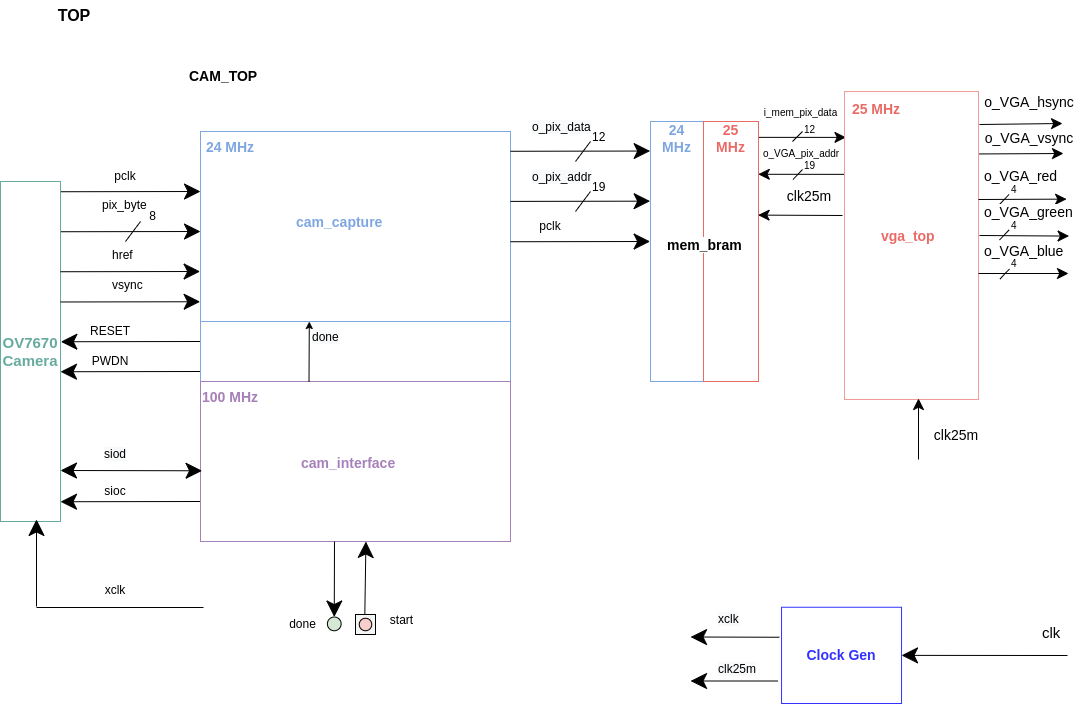
Earlier version of the draw.io export misc/OV7670_block_diagram.png (amsacks/OV7670-camera). Source tidied: cells renumbered, new cells last; positions are measured from the earlier drawing's top-left corner, leaving out a move shared by most shapes.
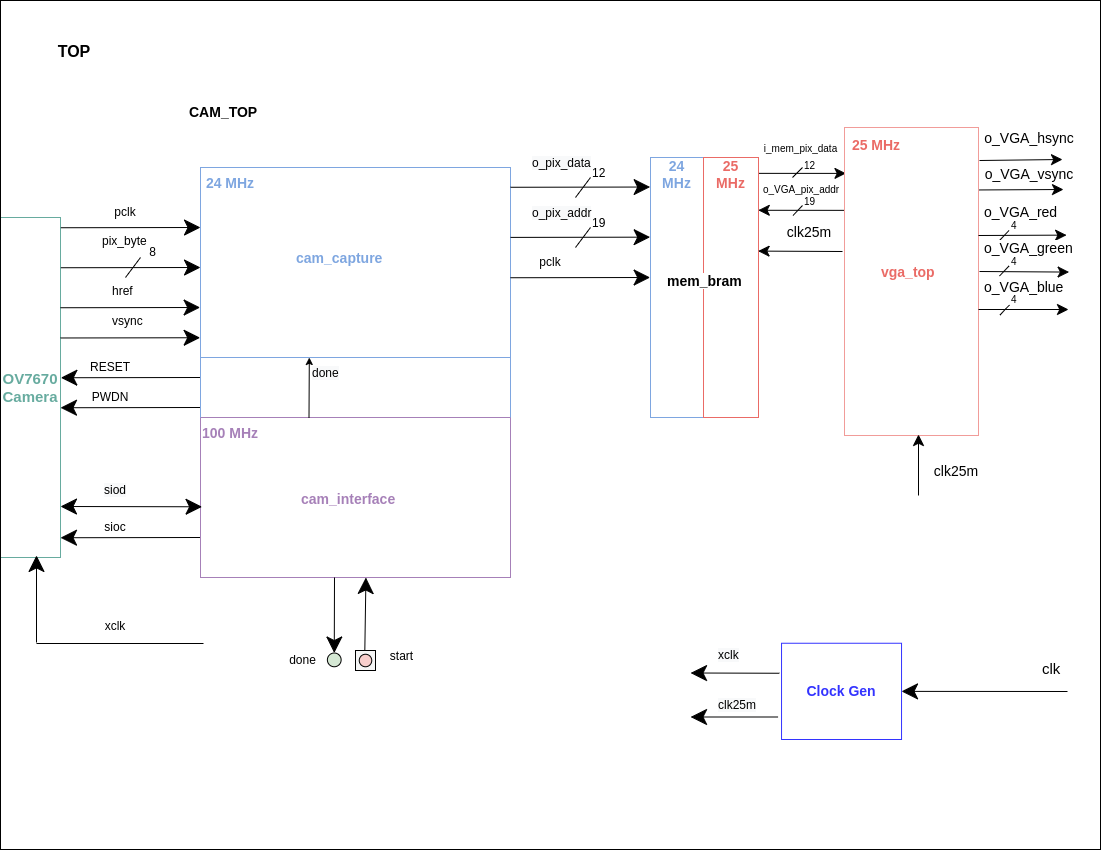
The same file after the commit.

Change to the diagram source:
```diff
@@ -392,5 +392,8 @@
         <mxPoint x="200" y="321" as="targetPoint" />
       </mxGeometry>
     </mxCell>
+    <mxCell id="99" style="rounded=0;whiteSpace=wrap;html=1;strokeColor=default;fillColor=none;" parent="1" vertex="1">
+      <mxGeometry y="-36" width="1100" height="849" as="geometry" />
+    </mxCell>
   </root>
 </mxGraphModel>
```
